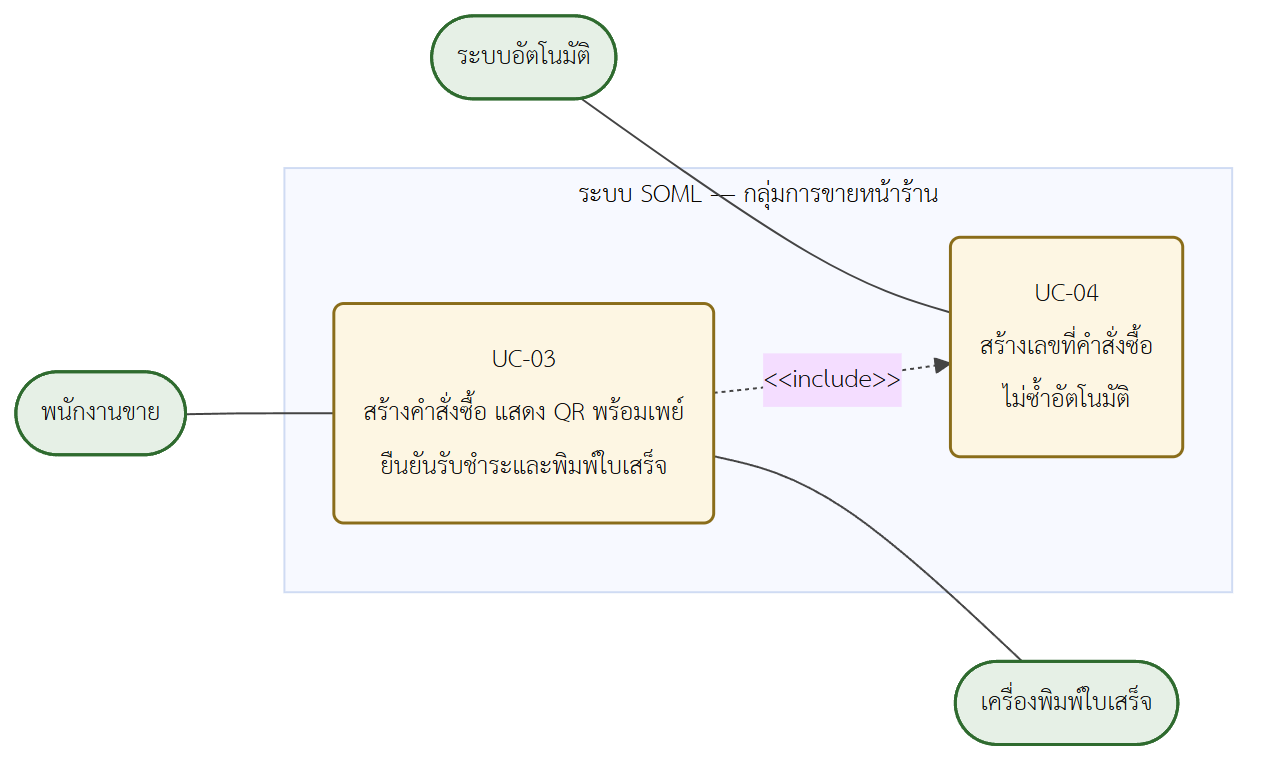
TriratWongsit/soml-pos-inventory keeps this Mermaid diagram as Documents/assets/diagrams/fig3-07_uc_sales.png. Above is the earlier version. Its source is kept beside it as Documents/assets/diagrams/fig3-07_uc_sales.mmd.
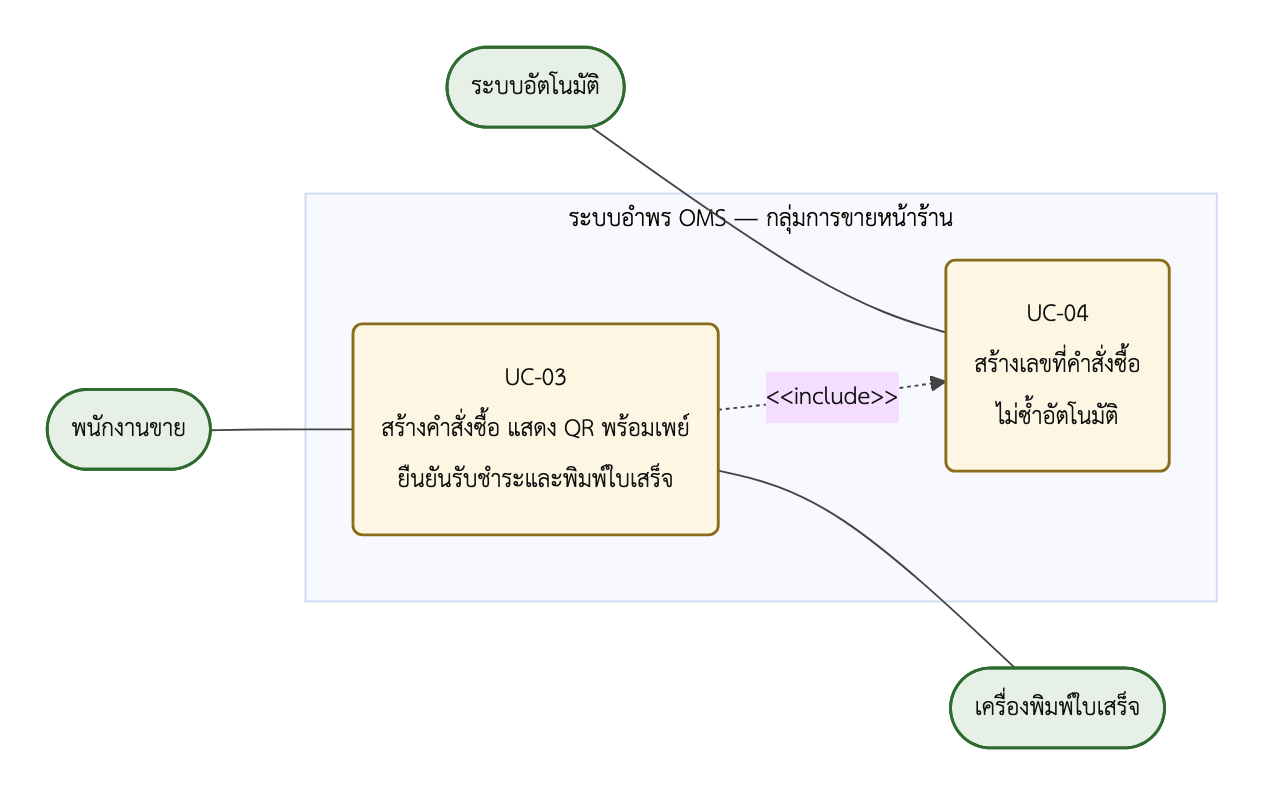
Above is the later version.

What changed in the source:
```diff
@@ -2,7 +2,7 @@
     SALES(["พนักงานขาย"])
     SYSA(["ระบบอัตโนมัติ"])
     PRN(["เครื่องพิมพ์ใบเสร็จ"])
-    subgraph SYS["ระบบ SOML — กลุ่มการขายหน้าร้าน"]
+    subgraph SYS["ระบบอำพร OMS — กลุ่มการขายหน้าร้าน"]
         UC3("UC-03<br/>สร้างคำสั่งซื้อ แสดง QR พร้อมเพย์<br/>ยืนยันรับชำระและพิมพ์ใบเสร็จ")
         UC4("UC-04<br/>สร้างเลขที่คำสั่งซื้อ<br/>ไม่ซ้ำอัตโนมัติ")
     end
```
